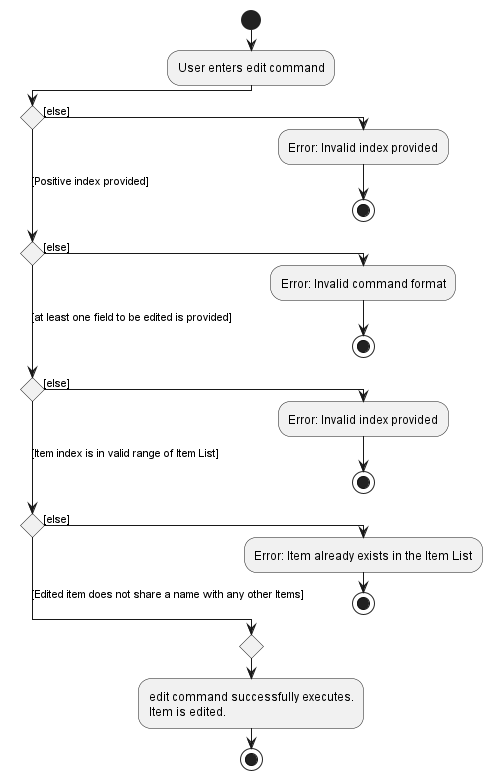
Earlier version of the PlantUML export docs/images/EditItemActivityDiagram.png (nus-cs2103-AY2223S1/tp).
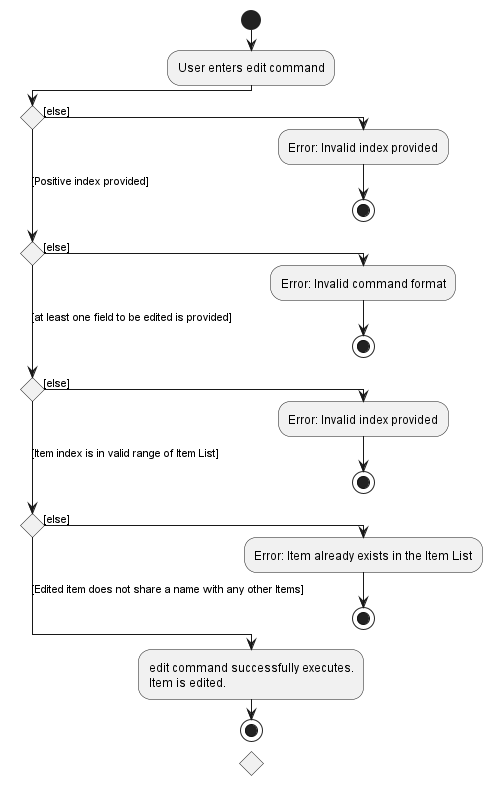
After the commit.

Commit message:
Fix activity diagram

Change to the diagram source:
```diff
@@ -15,7 +15,6 @@
   :Error: Item already exists in the Item List;
    stop
  else ([Edited item does not share a name with any other Items])
-endif
   :edit command successfully executes.
 Item is edited.;
 stop
```
